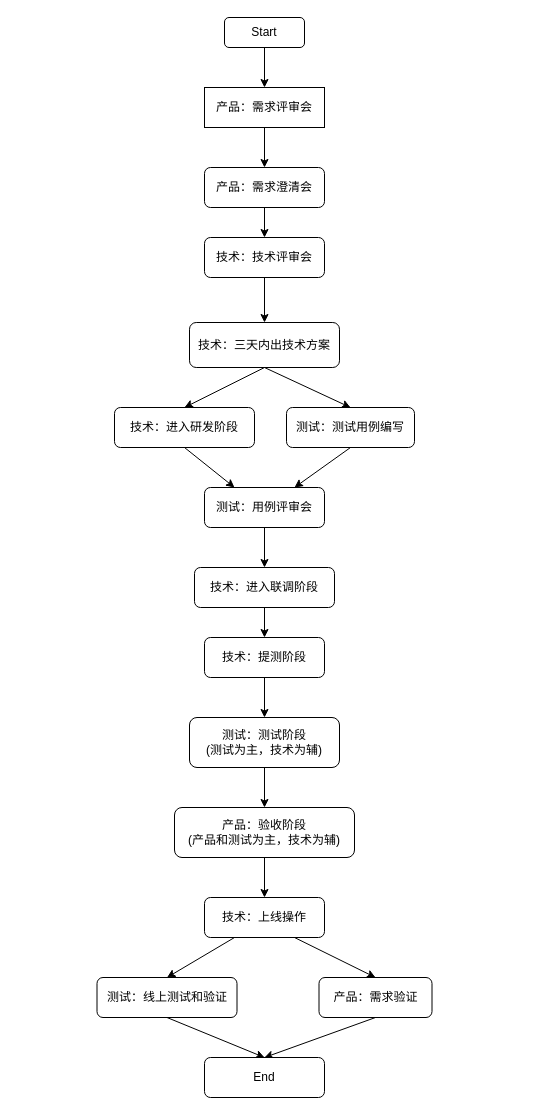
This is 研发迭代流程图.drawio from liu12fei08fei/draw-io, a draw.io file, before an edit. Source tidied: cells renumbered, new cells numbered last; positions are measured from the earlier drawing's top-left corner, leaving out a move shared by most shapes. Both pictures are drawn from the tidied source at 100%, with x=0, y=0 at pixel (96, 17).
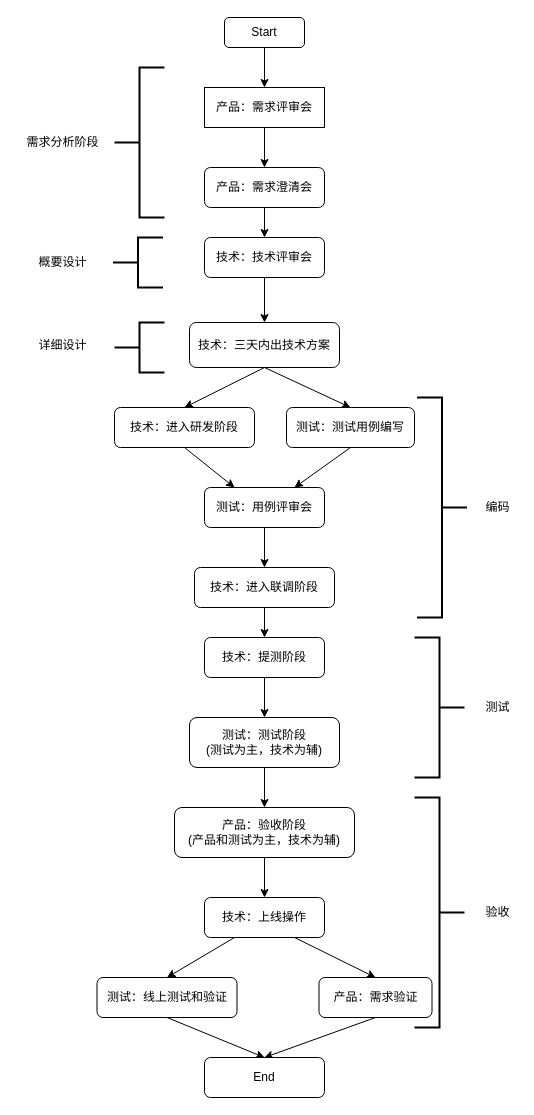
Above is the later version.

Commit message:
更新研发迭代流程图.drawio

The edit, as a diff of the source:
```diff
@@
+    <mxCell id="35" style="strokeWidth=2;html=1;shape=mxgraph.flowchart.annotation_2;align=left;labelPosition=right;" parent="1" vertex="1">
+      <mxGeometry x="18" y="50" width="50" height="150" as="geometry" />
+    </mxCell>
+    <mxCell id="36" value="需求分析阶段" style="text;html=1;align=center;verticalAlign=middle;" parent="1" vertex="1">
+      <mxGeometry x="-79.5" y="115" width="90" height="20" as="geometry" />
+    </mxCell>
+    <mxCell id="37" style="strokeWidth=2;html=1;shape=mxgraph.flowchart.annotation_2;align=left;labelPosition=right;" parent="1" vertex="1">
+      <mxGeometry x="16.5" y="220" width="50" height="50" as="geometry" />
+    </mxCell>
+    <mxCell id="38" value="概要设计" style="text;html=1;align=center;verticalAlign=middle;" parent="1" vertex="1">
+      <mxGeometry x="-64.5" y="235" width="60" height="20" as="geometry" />
+    </mxCell>
+    <mxCell id="39" style="strokeWidth=2;html=1;shape=mxgraph.flowchart.annotation_2;align=left;labelPosition=right;rotation=-180;" parent="1" vertex="1">
+      <mxGeometry x="320.5" y="380" width="50" height="220" as="geometry" />
+    </mxCell>
+    <mxCell id="40" style="strokeWidth=2;html=1;shape=mxgraph.flowchart.annotation_2;align=left;labelPosition=right;" parent="1" vertex="1">
+      <mxGeometry x="18" y="305" width="50" height="50" as="geometry" />
+    </mxCell>
+    <mxCell id="41" value="详细设计" style="text;html=1;align=center;verticalAlign=middle;" parent="1" vertex="1">
+      <mxGeometry x="-64.5" y="317.5" width="60" height="20" as="geometry" />
+    </mxCell>
+    <mxCell id="42" value="编码" style="text;html=1;align=center;verticalAlign=middle;" parent="1" vertex="1">
+      <mxGeometry x="380.5" y="480" width="40" height="20" as="geometry" />
+    </mxCell>
+    <mxCell id="43" style="strokeWidth=2;html=1;shape=mxgraph.flowchart.annotation_2;align=left;labelPosition=right;rotation=-180;" parent="1" vertex="1">
+      <mxGeometry x="318" y="620" width="50" height="140" as="geometry" />
+    </mxCell>
+    <mxCell id="44" value="测试" style="text;html=1;align=center;verticalAlign=middle;" parent="1" vertex="1">
+      <mxGeometry x="380.5" y="680" width="40" height="20" as="geometry" />
+    </mxCell>
+    <mxCell id="45" style="strokeWidth=2;html=1;shape=mxgraph.flowchart.annotation_2;align=left;labelPosition=right;rotation=-180;" parent="1" vertex="1">
+      <mxGeometry x="318" y="780" width="50" height="230" as="geometry" />
+    </mxCell>
+    <mxCell id="46" value="验收" style="text;html=1;align=center;verticalAlign=middle;" parent="1" vertex="1">
+      <mxGeometry x="380.5" y="885" width="40" height="20" as="geometry" />
+    </mxCell>
```
